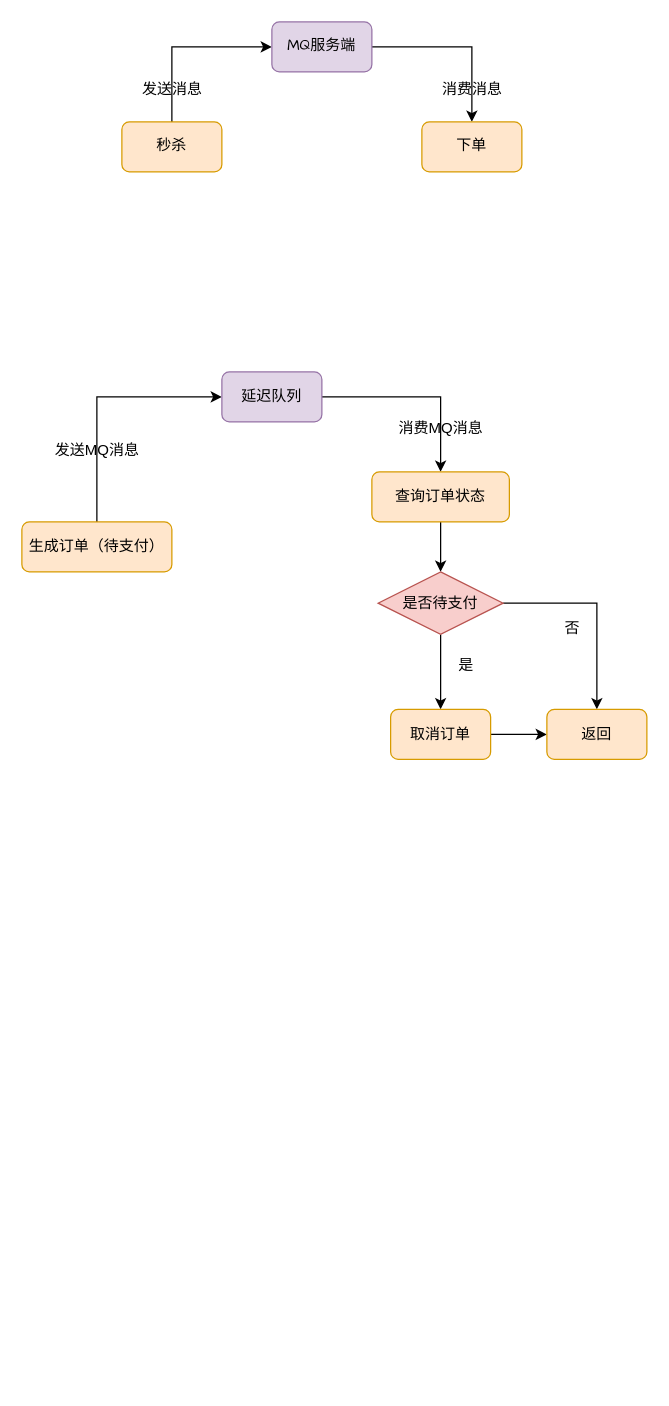
Before: 分布式.drawio in Floweryu/my-diagrams, a draw.io diagram. Source tidied: cells renumbered, new cells numbered last; positions are measured from the earlier drawing's top-left corner, leaving out a move shared by most shapes. Both pictures are drawn from the tidied source at 125%, with x=0, y=0 at pixel (21, 21).
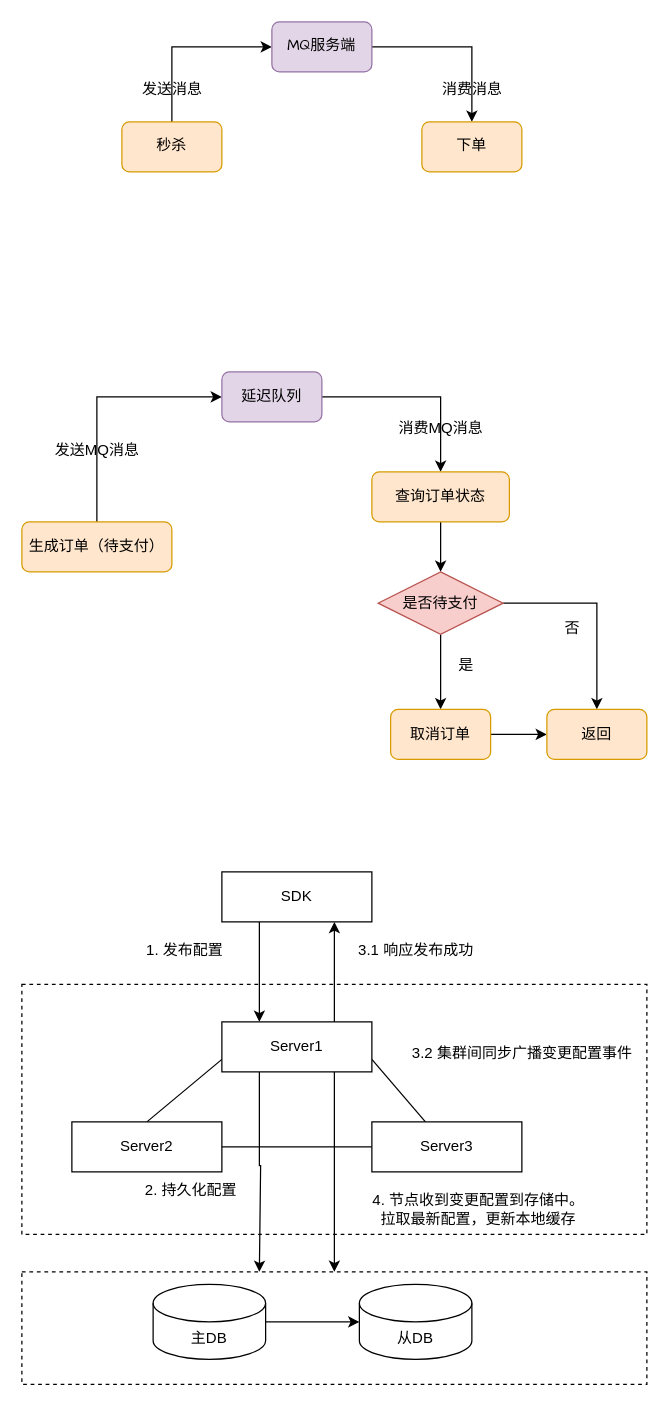
The same diagram, later.

Commit message:
更新分布式.drawio

Change to the diagram source:
```diff
@@
+    <mxCell id="25" style="rounded=0;whiteSpace=wrap;html=1;dashed=1;" parent="1" vertex="1">
+      <mxGeometry y="770" width="500" height="200" as="geometry" />
+    </mxCell>
+    <mxCell id="26" style="rounded=0;whiteSpace=wrap;html=1;dashed=1;" parent="1" vertex="1">
+      <mxGeometry y="1000" width="500" height="90" as="geometry" />
+    </mxCell>
@@
+    <mxCell id="27" style="edgeStyle=orthogonalEdgeStyle;rounded=0;jettySize=auto;html=1;exitX=0.25;exitY=1;exitDx=0;exitDy=0;entryX=0.25;entryY=0;entryDx=0;entryDy=0;" parent="1" edge="1" source="28" target="32">
+      <mxGeometry relative="1" as="geometry" />
+    </mxCell>
+    <mxCell id="28" value="SDK" style="rounded=0;whiteSpace=wrap;html=1;" parent="1" vertex="1">
+      <mxGeometry x="160" y="680" width="120" height="40" as="geometry" />
+    </mxCell>
+    <mxCell id="29" style="edgeStyle=orthogonalEdgeStyle;rounded=0;jettySize=auto;html=1;exitX=0.75;exitY=0;exitDx=0;exitDy=0;entryX=0.75;entryY=1;entryDx=0;entryDy=0;" parent="1" edge="1" source="32" target="28">
+      <mxGeometry relative="1" as="geometry" />
+    </mxCell>
+    <mxCell id="30" style="rounded=0;jettySize=auto;html=1;exitX=0;exitY=0.75;exitDx=0;exitDy=0;entryX=0.5;entryY=0;entryDx=0;entryDy=0;endArrow=none;endFill=0;" parent="1" edge="1" source="32" target="34">
+      <mxGeometry relative="1" as="geometry" />
+    </mxCell>
+    <mxCell id="31" style="rounded=0;jettySize=auto;html=1;exitX=1;exitY=0.75;exitDx=0;exitDy=0;endArrow=none;endFill=0;" parent="1" edge="1" source="32" target="35">
+      <mxGeometry relative="1" as="geometry" />
+    </mxCell>
+    <mxCell id="32" value="Server1" style="rounded=0;whiteSpace=wrap;html=1;" parent="1" vertex="1">
+      <mxGeometry x="160" y="800" width="120" height="40" as="geometry" />
+    </mxCell>
+    <mxCell id="33" style="edgeStyle=orthogonalEdgeStyle;rounded=0;jettySize=auto;html=1;exitX=1;exitY=0.5;exitDx=0;exitDy=0;endArrow=none;endFill=0;" parent="1" edge="1" source="34" target="35">
+      <mxGeometry relative="1" as="geometry" />
+    </mxCell>
+    <mxCell id="34" value="Server2" style="rounded=0;whiteSpace=wrap;html=1;" parent="1" vertex="1">
+      <mxGeometry x="40" y="880" width="120" height="40" as="geometry" />
+    </mxCell>
+    <mxCell id="35" value="Server3" style="rounded=0;whiteSpace=wrap;html=1;" parent="1" vertex="1">
+      <mxGeometry x="280" y="880" width="120" height="40" as="geometry" />
+    </mxCell>
+    <mxCell id="36" style="edgeStyle=orthogonalEdgeStyle;rounded=0;jettySize=auto;html=1;exitX=1;exitY=0.5;exitDx=0;exitDy=0;exitPerimeter=0;" parent="1" edge="1" source="37" target="38">
+      <mxGeometry relative="1" as="geometry" />
+    </mxCell>
+    <mxCell id="37" value="主DB" style="shape=cylinder3;whiteSpace=wrap;html=1;boundedLbl=1;backgroundOutline=1;size=15;" parent="1" vertex="1">
+      <mxGeometry x="105" y="1010" width="90" height="60" as="geometry" />
+    </mxCell>
+    <mxCell id="38" value="从DB" style="shape=cylinder3;whiteSpace=wrap;html=1;boundedLbl=1;backgroundOutline=1;size=15;" parent="1" vertex="1">
+      <mxGeometry x="270" y="1010" width="90" height="60" as="geometry" />
+    </mxCell>
+    <mxCell id="39" style="edgeStyle=orthogonalEdgeStyle;rounded=0;jettySize=auto;html=1;exitX=0.25;exitY=1;exitDx=0;exitDy=0;" parent="1" edge="1" source="32">
+      <mxGeometry relative="1" as="geometry">
+        <mxPoint x="190" y="1000" as="targetPoint" />
+        <Array as="points">
+          <mxPoint x="190" y="915" />
+          <mxPoint x="191" y="915" />
+        </Array>
+      </mxGeometry>
+    </mxCell>
+    <mxCell id="40" value="1. 发布配置" style="text;html=1;align=center;verticalAlign=middle;strokeColor=none;fillColor=none;" parent="1" vertex="1">
+      <mxGeometry x="90" y="728" width="80" height="30" as="geometry" />
+    </mxCell>
+    <mxCell id="41" value="2. 持久化配置" style="text;html=1;align=center;verticalAlign=middle;strokeColor=none;fillColor=none;" parent="1" vertex="1">
+      <mxGeometry x="85" y="920" width="100" height="30" as="geometry" />
+    </mxCell>
+    <mxCell id="42" value="3.1 响应发布成功" style="text;html=1;align=center;verticalAlign=middle;strokeColor=none;fillColor=none;" parent="1" vertex="1">
+      <mxGeometry x="255" y="728" width="120" height="30" as="geometry" />
+    </mxCell>
+    <mxCell id="43" value="3.2 集群间同步广播变更配置事件" style="text;html=1;align=center;verticalAlign=middle;strokeColor=none;fillColor=none;" parent="1" vertex="1">
+      <mxGeometry x="300" y="810" width="200" height="30" as="geometry" />
+    </mxCell>
+    <mxCell id="44" value="4. 节点收到变更配置到存储中。&lt;div&gt;拉取最新配置，更新本地缓存&lt;/div&gt;" style="text;html=1;align=center;verticalAlign=middle;strokeColor=none;fillColor=none;" parent="1" vertex="1">
+      <mxGeometry x="270" y="930" width="190" height="40" as="geometry" />
+    </mxCell>
+    <mxCell id="45" style="edgeStyle=orthogonalEdgeStyle;rounded=0;jettySize=auto;html=1;exitX=0.75;exitY=1;exitDx=0;exitDy=0;entryX=0.5;entryY=0;entryDx=0;entryDy=0;" parent="1" edge="1" source="32" target="26">
+      <mxGeometry relative="1" as="geometry" />
+    </mxCell>
```
